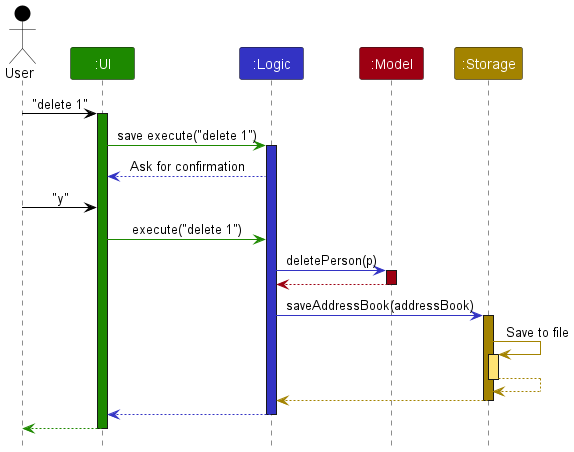
This is docs/images/ArchitectureSequenceDiagram.png from xuwen-ho/tp, a PlantUML export, as it was before one commit.
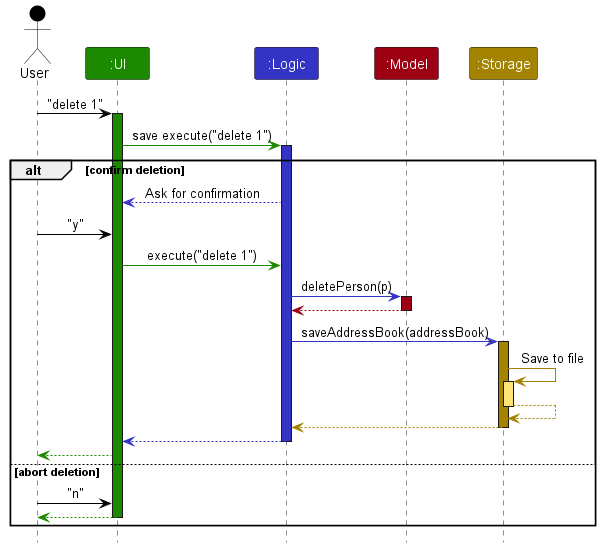
After the change.

What changed in the source:
```diff
@@ -13,6 +13,8 @@
 
 ui -[UI_COLOR]> logic : save execute("delete 1")
 activate logic LOGIC_COLOR
+
+alt confirm deletion
 logic --[LOGIC_COLOR]> ui : Ask for confirmation
 user -[USER_COLOR]> ui : "y"
 ui -[UI_COLOR]> logic : execute("delete 1")
@@ -36,7 +38,13 @@
 
 logic --[LOGIC_COLOR]> ui
 deactivate logic
+ui--[UI_COLOR]> user
+
+else abort deletion
+user -[USER_COLOR]> ui : "n"
 
 ui--[UI_COLOR]> user
 deactivate ui
+end
+
 @enduml
```
